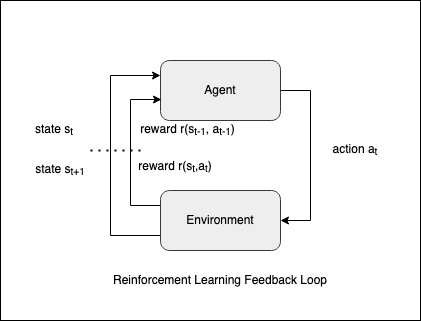
Above: src/diagrams/reinforce_learning_control_loop.png in analytiq-hub/sigagent.github.io (draw.io), before the change. Source tidied: cells renumbered, new cells last; positions are measured from the earlier drawing's top-left corner, leaving out a move shared by most shapes.
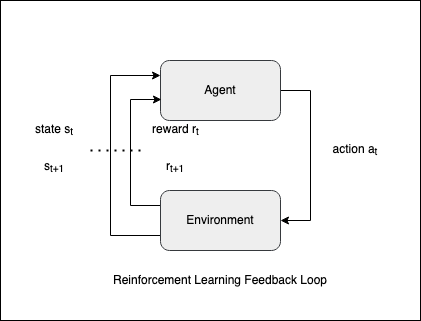
The same file after the commit.

What changed in the source:
```diff
@@ -38,16 +38,16 @@
     <mxCell id="8" value="action a&lt;sub&gt;t&lt;/sub&gt;" style="text;html=1;strokeColor=none;fillColor=none;align=center;verticalAlign=middle;whiteSpace=wrap;rounded=0;" parent="1" vertex="1">
       <mxGeometry x="320" y="140" width="70" height="20" as="geometry" />
     </mxCell>
-    <mxCell id="9" value="reward r(s&lt;sub&gt;t-1&lt;/sub&gt;, a&lt;sub&gt;t-1&lt;/sub&gt;)" style="text;html=1;strokeColor=none;fillColor=none;align=center;verticalAlign=middle;whiteSpace=wrap;rounded=0;" parent="1" vertex="1">
-      <mxGeometry x="135" y="120" width="105" height="20" as="geometry" />
+    <mxCell id="9" value="reward r&lt;sub&gt;t&lt;/sub&gt;" style="text;html=1;strokeColor=none;fillColor=none;align=center;verticalAlign=middle;whiteSpace=wrap;rounded=0;" parent="1" vertex="1">
+      <mxGeometry x="112.5" y="120" width="125" height="20" as="geometry" />
     </mxCell>
     <mxCell id="10" value="state s&lt;sub&gt;t&lt;/sub&gt;" style="text;html=1;strokeColor=none;fillColor=none;align=center;verticalAlign=middle;whiteSpace=wrap;rounded=0;" parent="1" vertex="1">
       <mxGeometry x="14" y="120" width="80" height="20" as="geometry" />
     </mxCell>
-    <mxCell id="11" value="state s&lt;sub&gt;t+1&lt;/sub&gt;" style="text;html=1;strokeColor=none;fillColor=none;align=center;verticalAlign=middle;whiteSpace=wrap;rounded=0;" parent="1" vertex="1">
-      <mxGeometry x="20" y="160" width="80" height="20" as="geometry" />
+    <mxCell id="11" value="s&lt;sub&gt;t+1&lt;/sub&gt;" style="text;html=1;strokeColor=none;fillColor=none;align=center;verticalAlign=middle;whiteSpace=wrap;rounded=0;" parent="1" vertex="1">
+      <mxGeometry x="14" y="157" width="80" height="20" as="geometry" />
     </mxCell>
-    <mxCell id="12" value="reward r(s&lt;sub&gt;t&lt;/sub&gt;,a&lt;sub&gt;t&lt;/sub&gt;)" style="text;html=1;strokeColor=none;fillColor=none;align=center;verticalAlign=middle;whiteSpace=wrap;rounded=0;" parent="1" vertex="1">
+    <mxCell id="12" value="r&lt;sub&gt;t+1&lt;/sub&gt;" style="text;html=1;strokeColor=none;fillColor=none;align=center;verticalAlign=middle;whiteSpace=wrap;rounded=0;" parent="1" vertex="1">
       <mxGeometry x="135" y="157" width="80" height="20" as="geometry" />
     </mxCell>
     <mxCell id="13" style="endArrow=none;dashed=1;html=1;dashPattern=1 3;strokeWidth=2;" parent="1" edge="1">
```
